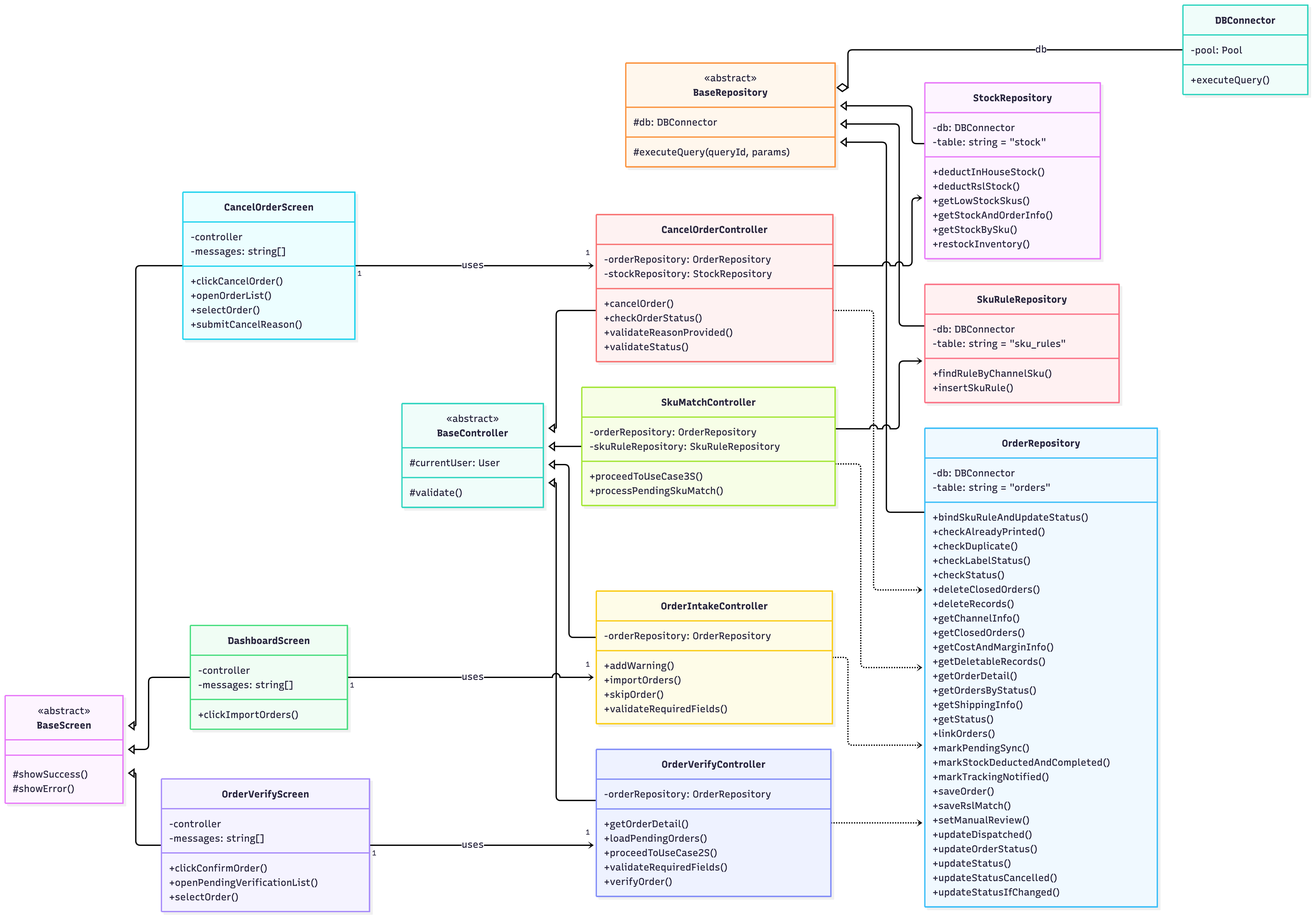
This is 04-chapter2-diagrams-database/diagrams/png/class-2.png from xbpkdi/321-sa-proj, a Mermaid export, as it was before one commit. Its source is kept beside it as 04-chapter2-diagrams-database/diagrams/src/class-2.mmd.
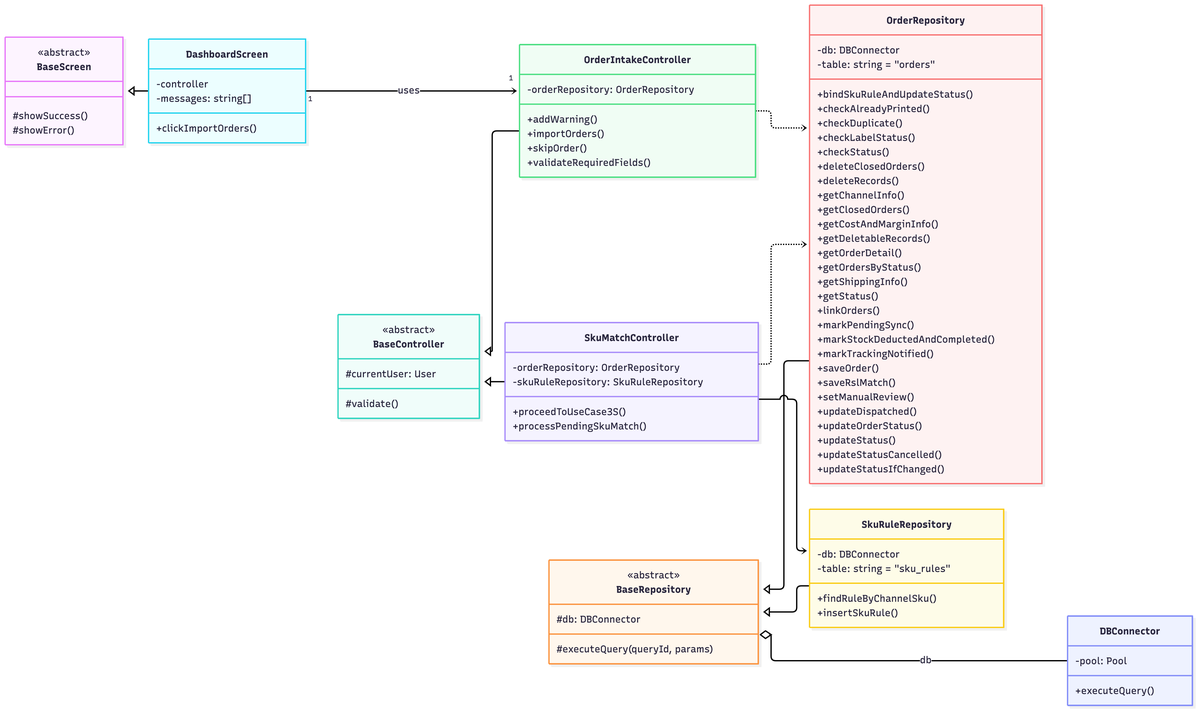
Above is the later version.

Change to the diagram source:
```diff
@@ -16,33 +16,10 @@
         #db: DBConnector
         #executeQuery(queryId, params)
     }
-    class CancelOrderScreen {
-        -controller
-        -messages: string[]
-        +clickCancelOrder()
-        +openOrderList()
-        +selectOrder()
-        +submitCancelReason()
-    }
     class DashboardScreen {
         -controller
         -messages: string[]
         +clickImportOrders()
-    }
-    class OrderVerifyScreen {
-        -controller
-        -messages: string[]
-        +clickConfirmOrder()
-        +openPendingVerificationList()
-        +selectOrder()
-    }
-    class CancelOrderController {
-        -orderRepository: OrderRepository
-        -stockRepository: StockRepository
-        +cancelOrder()
-        +checkOrderStatus()
-        +validateReasonProvided()
-        +validateStatus()
     }
     class OrderIntakeController {
         -orderRepository: OrderRepository
@@ -50,14 +27,6 @@
         +importOrders()
         +skipOrder()
         +validateRequiredFields()
-    }
-    class OrderVerifyController {
-        -orderRepository: OrderRepository
-        +getOrderDetail()
-        +loadPendingOrders()
-        +proceedToUseCase2S()
-        +validateRequiredFields()
-        +verifyOrder()
     }
     class SkuMatchController {
         -orderRepository: OrderRepository
@@ -102,37 +71,17 @@
         +findRuleByChannelSku()
         +insertSkuRule()
     }
-    class StockRepository {
-        -db: DBConnector
-        -table: string = "stock"
-        +deductInHouseStock()
-        +deductRslStock()
-        +getLowStockSkus()
-        +getStockAndOrderInfo()
-        +getStockBySku()
-        +restockInventory()
-    }
     class DBConnector {
         -pool: Pool
         +executeQuery()
     }
-    BaseScreen <|-- CancelOrderScreen
     BaseScreen <|-- DashboardScreen
-    BaseScreen <|-- OrderVerifyScreen
-    BaseController <|-- CancelOrderController
     BaseController <|-- OrderIntakeController
-    BaseController <|-- OrderVerifyController
     BaseController <|-- SkuMatchController
     BaseRepository <|-- OrderRepository
     BaseRepository <|-- SkuRuleRepository
-    BaseRepository <|-- StockRepository
     BaseRepository o-- DBConnector : db
-    CancelOrderScreen "1" --> "1" CancelOrderController : uses
     DashboardScreen "1" --> "1" OrderIntakeController : uses
-    OrderVerifyScreen "1" --> "1" OrderVerifyController : uses
-    CancelOrderController ..> OrderRepository
-    CancelOrderController ..> StockRepository
     OrderIntakeController ..> OrderRepository
-    OrderVerifyController ..> OrderRepository
     SkuMatchController ..> OrderRepository
     SkuMatchController ..> SkuRuleRepository
```
